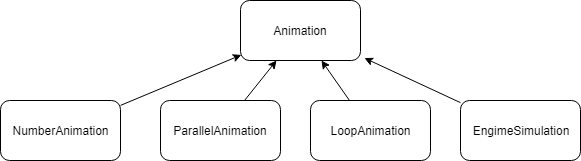
Earlier version of the draw.io export animation-classes.png (mvinturis/composite-design-pattern). Source tidied: cells renumbered, new cells last; positions are measured from the earlier drawing's top-left corner, leaving out a move shared by most shapes.
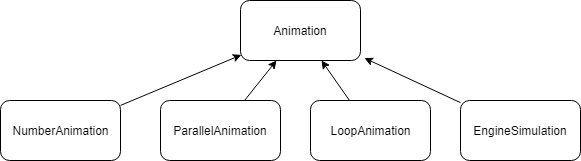
Above is the later version.

Change to the diagram source:
```diff
@@ -26,7 +26,7 @@
     <mxCell id="9" style="edgeStyle=none;rounded=0;jettySize=auto;html=1;entryX=1.033;entryY=0.96;entryDx=0;entryDy=0;entryPerimeter=0;" parent="1" edge="1" source="10" target="2">
       <mxGeometry relative="1" as="geometry" />
     </mxCell>
-    <mxCell id="10" value="EngimeSimulation" style="rounded=1;whiteSpace=wrap;html=1;" parent="1" vertex="1">
+    <mxCell id="10" value="EngineSimulation" style="rounded=1;whiteSpace=wrap;html=1;" parent="1" vertex="1">
       <mxGeometry x="460" y="100" width="120" height="60" as="geometry" />
     </mxCell>
   </root>
```
